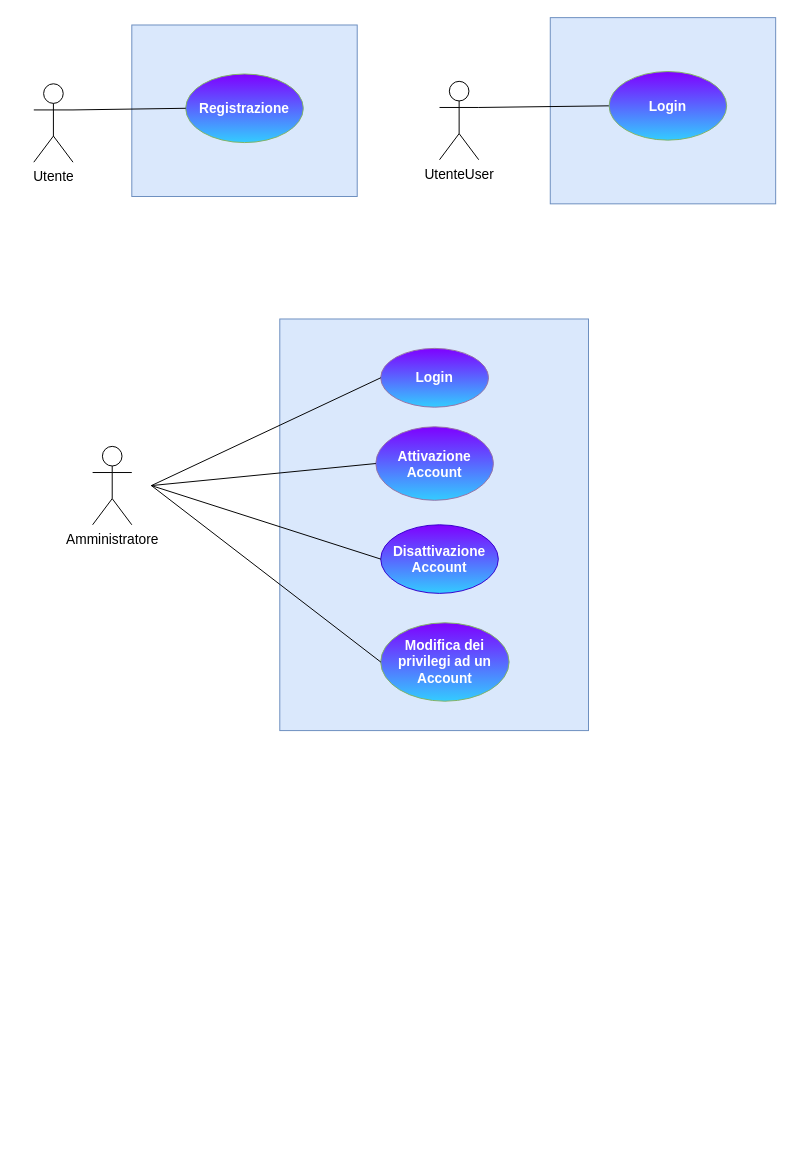
Above: docs/deliverables/Resources/Use Case Model/Use Case Model.drawio in Alberto-00/Kryptoauth-NFT (draw.io), before the change. Source tidied: cells renumbered, new cells numbered last; positions are measured from the earlier drawing's top-left corner, leaving out a move shared by most shapes. Both pictures are drawn from the tidied source at 98%, with x=0, y=0 at pixel (33, 17).
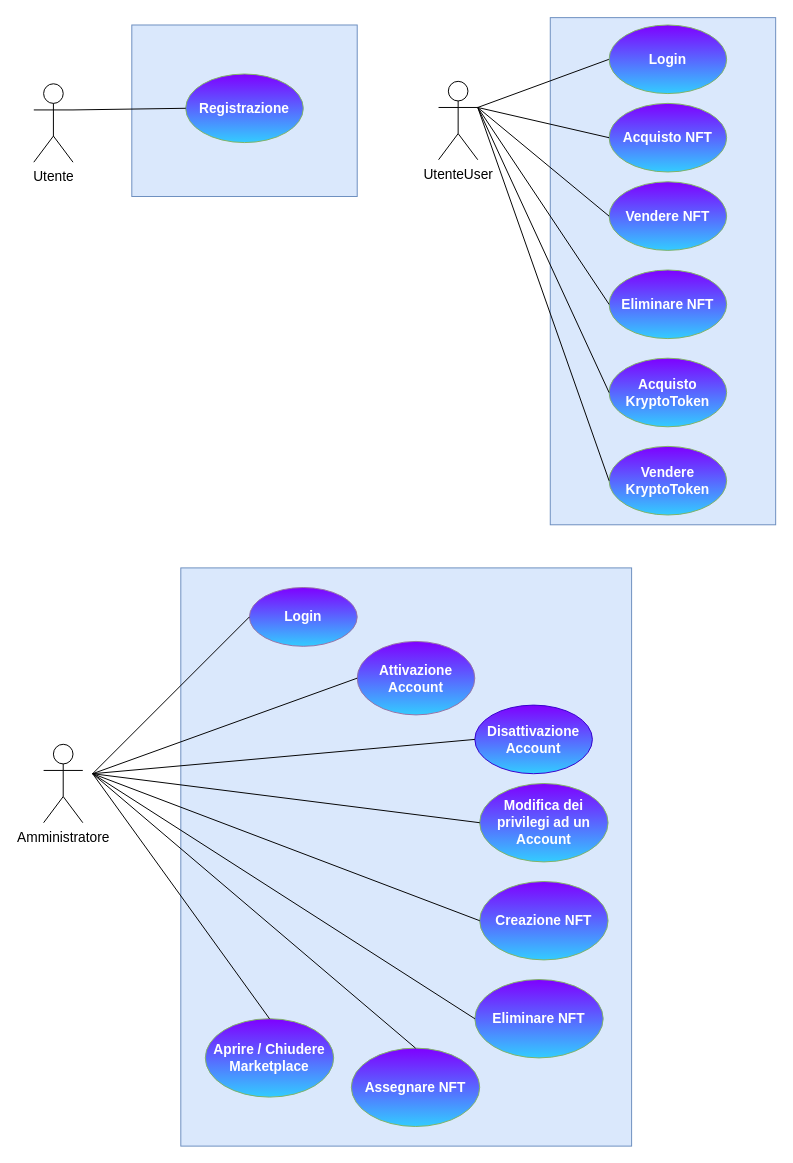
Above is the later version.

Change to the diagram source:
```diff
@@
     <mxCell id="2" style="whiteSpace=wrap;html=1;fillColor=#dae8fc;strokeColor=#6c8ebf;" parent="1" vertex="1">
-      <mxGeometry x="251" y="308" width="315" height="420" as="geometry" />
+      <mxGeometry x="150" y="562" width="460" height="590" as="geometry" />
     </mxCell>
@@
     <mxCell id="7" value="&lt;span style=&quot;font-size: 14px;&quot;&gt;Amministratore&lt;/span&gt;" style="shape=umlActor;verticalLabelPosition=bottom;verticalAlign=top;html=1;" parent="1" vertex="1">
-      <mxGeometry x="60" y="438" width="40" height="80" as="geometry" />
+      <mxGeometry x="10" y="742" width="40" height="80" as="geometry" />
     </mxCell>
     <mxCell id="8" value="&lt;font color=&quot;#ffffff&quot; style=&quot;font-size: 14px&quot;&gt;&lt;b&gt;Login&lt;/b&gt;&lt;/font&gt;" style="ellipse;whiteSpace=wrap;html=1;fillColor=#7F00FF;strokeColor=#9673a6;gradientColor=#33CCFF;" parent="1" vertex="1">
-      <mxGeometry x="354" y="338" width="110" height="60" as="geometry" />
+      <mxGeometry x="220" y="582" width="110" height="60" as="geometry" />
     </mxCell>
     <mxCell id="9" value="&lt;font color=&quot;#ffffff&quot; style=&quot;font-size: 14px&quot;&gt;&lt;b&gt;Attivazione Account&lt;/b&gt;&lt;/font&gt;" style="ellipse;whiteSpace=wrap;html=1;fillColor=#7F00FF;strokeColor=#9673a6;gradientColor=#33CCFF;" parent="1" vertex="1">
-      <mxGeometry x="349" y="418" width="120" height="75" as="geometry" />
+      <mxGeometry x="330" y="637" width="120" height="75" as="geometry" />
     </mxCell>
     <mxCell id="10" style="endArrow=none;html=1;rounded=0;fontSize=14;entryX=0;entryY=0.5;entryDx=0;entryDy=0;" parent="1" edge="1" target="8">
       <mxGeometry relative="1" as="geometry">
-        <mxPoint x="120" y="478" as="sourcePoint" />
+        <mxPoint x="60" y="772" as="sourcePoint" />
       </mxGeometry>
     </mxCell>
     <mxCell id="11" style="endArrow=none;html=1;rounded=0;fontSize=14;entryX=0;entryY=0.5;entryDx=0;entryDy=0;" parent="1" edge="1" target="9">
       <mxGeometry relative="1" as="geometry">
-        <mxPoint x="120" y="478" as="sourcePoint" />
+        <mxPoint x="60" y="772" as="sourcePoint" />
       </mxGeometry>
     </mxCell>
     <mxCell id="12" value="&lt;span style=&quot;font-size: 14px;&quot;&gt;&lt;b&gt;Disattivazione Account&lt;/b&gt;&lt;/span&gt;" style="ellipse;whiteSpace=wrap;html=1;fillColor=#7f00ff;strokeColor=#3700CC;fontColor=#ffffff;gradientColor=#33ccff;gradientDirection=south;" parent="1" vertex="1">
-      <mxGeometry x="354" y="518" width="120" height="70" as="geometry" />
+      <mxGeometry x="450" y="702" width="120" height="70" as="geometry" />
     </mxCell>
     <mxCell id="13" value="&lt;span style=&quot;font-size: 14px;&quot;&gt;&lt;font color=&quot;#ffffff&quot;&gt;&lt;b&gt;Modifica dei privilegi ad un Account&lt;/b&gt;&lt;/font&gt;&lt;/span&gt;" style="ellipse;whiteSpace=wrap;html=1;fillColor=#7F00FF;strokeColor=#82b366;gradientColor=#33CCFF;" parent="1" vertex="1">
-      <mxGeometry x="354" y="618" width="131" height="80" as="geometry" />
+      <mxGeometry x="455" y="782" width="131" height="80" as="geometry" />
     </mxCell>
     <mxCell id="14" style="endArrow=none;html=1;rounded=0;fontSize=14;entryX=0;entryY=0.5;entryDx=0;entryDy=0;" parent="1" edge="1" target="12">
       <mxGeometry relative="1" as="geometry">
-        <mxPoint x="120" y="478" as="sourcePoint" />
+        <mxPoint x="60" y="772" as="sourcePoint" />
       </mxGeometry>
     </mxCell>
     <mxCell id="15" style="endArrow=none;html=1;rounded=0;fontSize=14;entryX=0;entryY=0.5;entryDx=0;entryDy=0;" parent="1" edge="1" target="13">
       <mxGeometry relative="1" as="geometry">
-        <mxPoint x="120" y="478" as="sourcePoint" />
+        <mxPoint x="60" y="772" as="sourcePoint" />
       </mxGeometry>
     </mxCell>
     <mxCell id="16" style="whiteSpace=wrap;html=1;fillColor=#dae8fc;strokeColor=#6c8ebf;" parent="1" vertex="1">
-      <mxGeometry x="527" y="0.5" width="230" height="190" as="geometry" />
+      <mxGeometry x="527" y="0.5" width="230" height="517.5" as="geometry" />
     </mxCell>
     <mxCell id="17" value="&lt;font style=&quot;font-size: 14px&quot;&gt;UtenteUser&lt;br&gt;&lt;br&gt;&lt;/font&gt;" style="shape=umlActor;verticalLabelPosition=bottom;verticalAlign=top;html=1;outlineConnect=0;" parent="1" vertex="1">
-      <mxGeometry x="414" y="65.5" width="40" height="80" as="geometry" />
+      <mxGeometry x="413" y="65.5" width="40" height="80" as="geometry" />
     </mxCell>
@@
     <mxCell id="19" value="&lt;font color=&quot;#ffffff&quot; style=&quot;font-size: 14px&quot;&gt;&lt;b&gt;Login&lt;/b&gt;&lt;/font&gt;" style="ellipse;whiteSpace=wrap;html=1;fillColor=#7F00FF;strokeColor=#82b366;gradientColor=#33CCFF;" parent="1" vertex="1">
-      <mxGeometry x="587" y="55.5" width="120" height="70" as="geometry" />
+      <mxGeometry x="587" y="8" width="120" height="70" as="geometry" />
     </mxCell>
+    <mxCell id="20" value="&lt;font style=&quot;font-size: 14px;&quot;&gt;&lt;b&gt;Acquisto NFT&lt;/b&gt;&lt;/font&gt;" style="ellipse;whiteSpace=wrap;html=1;fillColor=#7F00FF;strokeColor=#82b366;gradientColor=#33CCFF;fontColor=#FFFFFF;" parent="1" vertex="1">
+      <mxGeometry x="587" y="88" width="120" height="70" as="geometry" />
+    </mxCell>
+    <mxCell id="21" value="&lt;b&gt;&lt;font style=&quot;font-size: 14px;&quot;&gt;Vendere NFT&lt;/font&gt;&lt;/b&gt;" style="ellipse;whiteSpace=wrap;html=1;fillColor=#7F00FF;strokeColor=#82b366;gradientColor=#33CCFF;fontColor=#FFFFFF;" parent="1" vertex="1">
+      <mxGeometry x="587" y="168" width="120" height="70" as="geometry" />
+    </mxCell>
+    <mxCell id="22" value="&lt;div style=&quot;font-size: 14px;&quot;&gt;&lt;font color=&quot;#FFFFFF&quot;&gt;&lt;b&gt;&lt;font style=&quot;font-size: 14px;&quot;&gt;Acquisto&lt;/font&gt;&lt;/b&gt;&lt;/font&gt;&lt;/div&gt;&lt;font color=&quot;#FFFFFF&quot;&gt;&lt;b&gt;&lt;font style=&quot;font-size: 14px;&quot;&gt;KryptoToken&lt;/font&gt;&lt;/b&gt;&lt;/font&gt;" style="ellipse;whiteSpace=wrap;html=1;fillColor=#7F00FF;strokeColor=#82b366;gradientColor=#33CCFF;" parent="1" vertex="1">
+      <mxGeometry x="587" y="348" width="120" height="70" as="geometry" />
+    </mxCell>
+    <mxCell id="23" value="&lt;div style=&quot;font-size: 14px;&quot;&gt;&lt;font color=&quot;#FFFFFF&quot;&gt;&lt;b&gt;&lt;font style=&quot;font-size: 14px;&quot;&gt;Vendere&lt;/font&gt;&lt;/b&gt;&lt;/font&gt;&lt;/div&gt;&lt;font color=&quot;#FFFFFF&quot;&gt;&lt;b&gt;&lt;font style=&quot;font-size: 14px;&quot;&gt;KryptoToken&lt;/font&gt;&lt;/b&gt;&lt;/font&gt;" style="ellipse;whiteSpace=wrap;html=1;fillColor=#7F00FF;strokeColor=#82b366;gradientColor=#33CCFF;" parent="1" vertex="1">
+      <mxGeometry x="587" y="438" width="120" height="70" as="geometry" />
+    </mxCell>
+    <mxCell id="24" value="&lt;b&gt;&lt;font style=&quot;font-size: 14px;&quot;&gt;Eliminare NFT&lt;/font&gt;&lt;/b&gt;" style="ellipse;whiteSpace=wrap;html=1;fillColor=#7F00FF;strokeColor=#82b366;gradientColor=#33CCFF;fontColor=#FFFFFF;" parent="1" vertex="1">
+      <mxGeometry x="587" y="258" width="120" height="70" as="geometry" />
+    </mxCell>
+    <mxCell id="25" style="endArrow=none;html=1;rounded=0;fontSize=14;entryX=0;entryY=0.5;entryDx=0;entryDy=0;exitX=1;exitY=0.3333333333333333;exitDx=0;exitDy=0;exitPerimeter=0;" parent="1" edge="1" source="17" target="20">
+      <mxGeometry relative="1" as="geometry" />
+    </mxCell>
+    <mxCell id="26" style="endArrow=none;html=1;rounded=0;fontSize=14;entryX=0;entryY=0.5;entryDx=0;entryDy=0;exitX=1;exitY=0.3333333333333333;exitDx=0;exitDy=0;exitPerimeter=0;" parent="1" edge="1" source="17" target="21">
+      <mxGeometry relative="1" as="geometry" />
+    </mxCell>
+    <mxCell id="27" style="endArrow=none;html=1;rounded=0;fontSize=14;exitX=1;exitY=0.3333333333333333;exitDx=0;exitDy=0;exitPerimeter=0;entryX=0;entryY=0.5;entryDx=0;entryDy=0;" parent="1" edge="1" source="17" target="24">
+      <mxGeometry relative="1" as="geometry" />
+    </mxCell>
+    <mxCell id="28" style="endArrow=none;html=1;rounded=0;fontSize=14;entryX=0;entryY=0.5;entryDx=0;entryDy=0;exitX=1;exitY=0.3333333333333333;exitDx=0;exitDy=0;exitPerimeter=0;" parent="1" edge="1" source="17" target="22">
+      <mxGeometry relative="1" as="geometry" />
+    </mxCell>
+    <mxCell id="29" style="endArrow=none;html=1;rounded=0;fontSize=14;entryX=0;entryY=0.5;entryDx=0;entryDy=0;exitX=1;exitY=0.3333333333333333;exitDx=0;exitDy=0;exitPerimeter=0;" parent="1" edge="1" source="17" target="23">
+      <mxGeometry relative="1" as="geometry" />
+    </mxCell>
+    <mxCell id="30" value="&lt;b&gt;&lt;font style=&quot;font-size: 14px;&quot; color=&quot;#FFFFFF&quot;&gt;Creazione NFT&lt;/font&gt;&lt;/b&gt;" style="ellipse;whiteSpace=wrap;html=1;fillColor=#7F00FF;strokeColor=#82b366;gradientColor=#33CCFF;" parent="1" vertex="1">
+      <mxGeometry x="455" y="882" width="131" height="80" as="geometry" />
+    </mxCell>
+    <mxCell id="31" value="&lt;b style=&quot;font-size: 14px;&quot;&gt;&lt;font color=&quot;#FFFFFF&quot;&gt;Eliminare&lt;/font&gt;&lt;font style=&quot;font-size: 14px;&quot; color=&quot;#FFFFFF&quot;&gt; NFT&lt;/font&gt;&lt;/b&gt;" style="ellipse;whiteSpace=wrap;html=1;fillColor=#7F00FF;strokeColor=#82b366;gradientColor=#33CCFF;" parent="1" vertex="1">
+      <mxGeometry x="450" y="982" width="131" height="80" as="geometry" />
+    </mxCell>
+    <mxCell id="32" value="&lt;b style=&quot;font-size: 14px;&quot;&gt;&lt;font color=&quot;#FFFFFF&quot;&gt;Assegnare &lt;/font&gt;&lt;font style=&quot;font-size: 14px;&quot; color=&quot;#FFFFFF&quot;&gt;NFT&lt;/font&gt;&lt;/b&gt;" style="ellipse;whiteSpace=wrap;html=1;fillColor=#7F00FF;strokeColor=#82b366;gradientColor=#33CCFF;" parent="1" vertex="1">
+      <mxGeometry x="324" y="1052" width="131" height="80" as="geometry" />
+    </mxCell>
+    <mxCell id="33" value="&lt;b style=&quot;font-size: 14px;&quot;&gt;&lt;font color=&quot;#FFFFFF&quot;&gt;Aprire / Chiudere&lt;br&gt;Marketplace&lt;br&gt;&lt;/font&gt;&lt;/b&gt;" style="ellipse;whiteSpace=wrap;html=1;fillColor=#7F00FF;strokeColor=#82b366;gradientColor=#33CCFF;" parent="1" vertex="1">
+      <mxGeometry x="175" y="1022" width="131" height="80" as="geometry" />
+    </mxCell>
+    <mxCell id="34" style="endArrow=none;html=1;rounded=0;fontSize=14;entryX=0;entryY=0.5;entryDx=0;entryDy=0;" parent="1" edge="1" target="30">
+      <mxGeometry relative="1" as="geometry">
+        <mxPoint x="60" y="772" as="sourcePoint" />
+      </mxGeometry>
+    </mxCell>
+    <mxCell id="35" style="endArrow=none;html=1;rounded=0;fontSize=14;entryX=0;entryY=0.5;entryDx=0;entryDy=0;" parent="1" edge="1" target="31">
+      <mxGeometry relative="1" as="geometry">
+        <mxPoint x="60" y="772" as="sourcePoint" />
+      </mxGeometry>
+    </mxCell>
+    <mxCell id="36" style="endArrow=none;html=1;rounded=0;fontSize=14;entryX=0.5;entryY=0;entryDx=0;entryDy=0;" parent="1" edge="1" target="32">
+      <mxGeometry relative="1" as="geometry">
+        <mxPoint x="60" y="772" as="sourcePoint" />
+      </mxGeometry>
+    </mxCell>
+    <mxCell id="37" style="endArrow=none;html=1;rounded=0;fontSize=14;entryX=0.5;entryY=0;entryDx=0;entryDy=0;" parent="1" edge="1" target="33">
+      <mxGeometry relative="1" as="geometry">
+        <mxPoint x="60" y="772" as="sourcePoint" />
+      </mxGeometry>
+    </mxCell>
```
